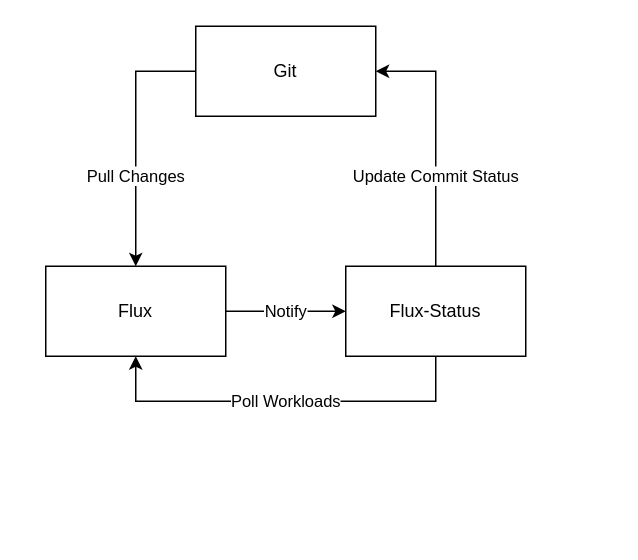
XenitAB/flux-status keeps this draw.io diagram as assets/diagram.drawio. Above is the earlier version. Source tidied: cells renumbered, new cells numbered last; positions are measured from the earlier drawing's top-left corner, leaving out a move shared by most shapes. Both pictures are drawn from the tidied source at 150%, with x=0, y=0 at pixel (45, 26).
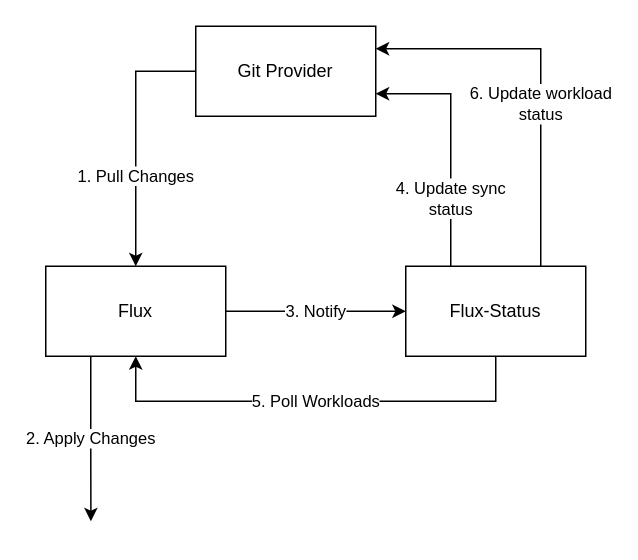
The same diagram, later.

Diff of the diagram source:
```diff
@@
 <mxGraphModel>
   <root>
     <mxCell id="0" />
     <mxCell id="1" parent="0" />
-    <mxCell id="2" value="Notify" style="edgeStyle=orthogonalEdgeStyle;rounded=0;jettySize=auto;html=1;entryX=0;entryY=0.5;entryDx=0;entryDy=0;" parent="1" edge="1" source="4" target="6">
+    <mxCell id="2" value="3. Notify" style="edgeStyle=orthogonalEdgeStyle;rounded=0;jettySize=auto;html=1;entryX=0;entryY=0.5;entryDx=0;entryDy=0;" parent="1" edge="1" source="4" target="6">
       <mxGeometry relative="1" as="geometry" />
     </mxCell>
-    <mxCell id="3" value="Pull Changes" style="edgeStyle=orthogonalEdgeStyle;rounded=0;jettySize=auto;html=1;exitX=0.5;exitY=0;exitDx=0;exitDy=0;entryX=0;entryY=0.5;entryDx=0;entryDy=0;startArrow=classic;startFill=1;endArrow=none;endFill=0;" parent="1" edge="1" source="4" target="8">
+    <mxCell id="3" value="1. Pull Changes" style="edgeStyle=orthogonalEdgeStyle;rounded=0;jettySize=auto;html=1;exitX=0.5;exitY=0;exitDx=0;exitDy=0;entryX=0;entryY=0.5;entryDx=0;entryDy=0;startArrow=classic;startFill=1;endArrow=none;endFill=0;" parent="1" edge="1" source="4" target="8">
       <mxGeometry x="-0.29" relative="1" as="geometry" />
     </mxCell>
+    <mxCell id="9" value="2. Apply Changes" style="edgeStyle=orthogonalEdgeStyle;rounded=0;jettySize=auto;html=1;exitX=0.25;exitY=1;exitDx=0;exitDy=0;" parent="1" edge="1" source="4">
+      <mxGeometry relative="1" as="geometry">
+        <mxPoint x="30.1" y="330" as="targetPoint" />
+      </mxGeometry>
+    </mxCell>
     <mxCell id="4" value="Flux" style="rounded=0;whiteSpace=wrap;html=1;" parent="1" vertex="1">
       <mxGeometry y="160" width="120" height="60" as="geometry" />
     </mxCell>
-    <mxCell id="5" value="Poll Workloads" style="edgeStyle=orthogonalEdgeStyle;rounded=0;jettySize=auto;html=1;entryX=0.5;entryY=1;entryDx=0;entryDy=0;" parent="1" edge="1" source="6" target="4">
+    <mxCell id="5" value="5. Poll Workloads" style="edgeStyle=orthogonalEdgeStyle;rounded=0;jettySize=auto;html=1;entryX=0.5;entryY=1;entryDx=0;entryDy=0;exitX=0.5;exitY=1;exitDx=0;exitDy=0;" parent="1" edge="1" source="6" target="4">
       <mxGeometry relative="1" as="geometry">
         <Array as="points">
-          <mxPoint x="260" y="250" />
+          <mxPoint x="300" y="250" />
           <mxPoint x="60" y="250" />
         </Array>
       </mxGeometry>
     </mxCell>
+    <mxCell id="10" value="4. Update sync&lt;br&gt;status" style="edgeStyle=orthogonalEdgeStyle;rounded=0;jettySize=auto;html=1;exitX=0.25;exitY=0;exitDx=0;exitDy=0;entryX=1;entryY=0.75;entryDx=0;entryDy=0;" parent="1" edge="1" source="6" target="8">
+      <mxGeometry x="-0.45" relative="1" as="geometry" />
+    </mxCell>
+    <mxCell id="11" value="6. Update workload&lt;br&gt;status" style="edgeStyle=orthogonalEdgeStyle;rounded=0;jettySize=auto;html=1;exitX=0.75;exitY=0;exitDx=0;exitDy=0;entryX=1;entryY=0.25;entryDx=0;entryDy=0;" parent="1" edge="1" source="6" target="8">
+      <mxGeometry x="-0.15" relative="1" as="geometry" />
+    </mxCell>
     <mxCell id="6" value="Flux-Status" style="rounded=0;whiteSpace=wrap;html=1;" parent="1" vertex="1">
-      <mxGeometry x="200" y="160" width="120" height="60" as="geometry" />
+      <mxGeometry x="240" y="160" width="120" height="60" as="geometry" />
     </mxCell>
-    <mxCell id="7" value="Update Commit Status" style="edgeStyle=orthogonalEdgeStyle;rounded=0;jettySize=auto;html=1;exitX=1;exitY=0.5;exitDx=0;exitDy=0;entryX=0.5;entryY=0;entryDx=0;entryDy=0;endArrow=none;endFill=0;startArrow=classic;startFill=1;" parent="1" edge="1" source="8" target="6">
-      <mxGeometry x="0.29" relative="1" as="geometry" />
-    </mxCell>
-    <mxCell id="8" value="Git" style="rounded=0;whiteSpace=wrap;html=1;" parent="1" vertex="1">
+    <mxCell id="8" value="Git Provider" style="rounded=0;whiteSpace=wrap;html=1;" parent="1" vertex="1">
       <mxGeometry x="100" width="120" height="60" as="geometry" />
     </mxCell>
   </root>
 </mxGraphModel>
```
